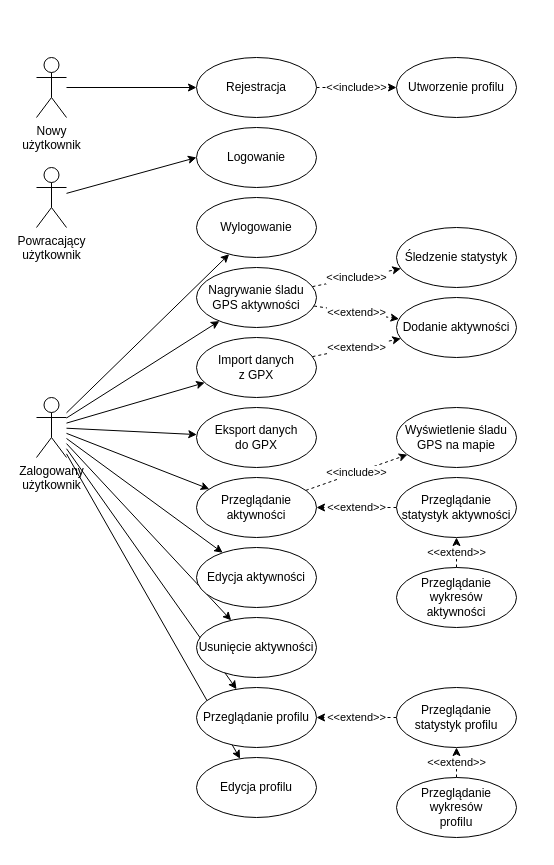
This is documents/thesis/rys02/uzycia.drawio from michaltkacz/biker, a draw.io file, before an edit. Source tidied: cells renumbered, new cells numbered last; positions are measured from the earlier drawing's top-left corner, leaving out a move shared by most shapes. Both pictures are drawn from the tidied source at 100%, with x=0, y=0 at pixel (36, 57).
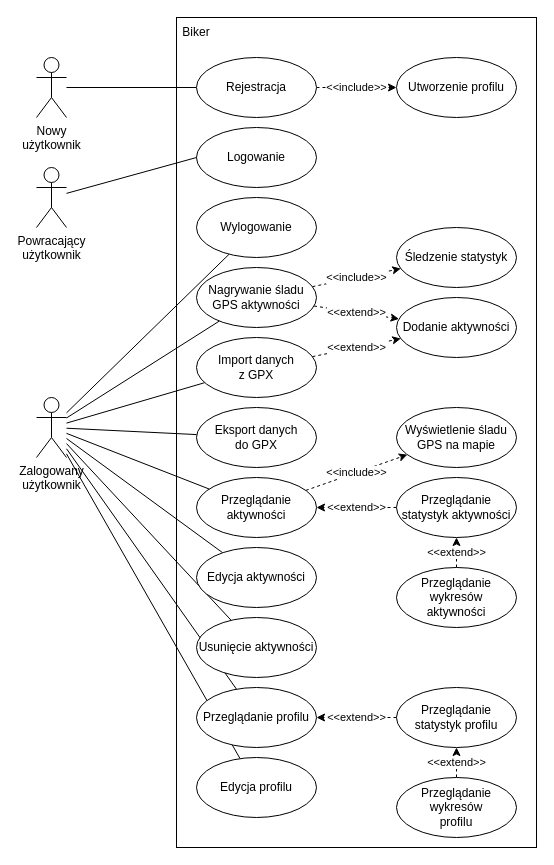
The same page after the edit.

The change refers to these unchanged cells:
```xml
<mxCell id="3" value="Nowy &lt;br&gt;użytkownik" style="shape=umlActor;verticalLabelPosition=bottom;verticalAlign=top;html=1;outlineConnect=0;" parent="1" vertex="1">
  <mxGeometry width="30" height="60" as="geometry" />
</mxCell>
<mxCell id="13" value="Zalogowany&lt;br&gt;użytkownik" style="shape=umlActor;verticalLabelPosition=bottom;verticalAlign=top;html=1;outlineConnect=0;" parent="1" vertex="1">
  <mxGeometry y="340" width="30" height="60" as="geometry" />
</mxCell>
<mxCell id="15" value="Rejestracja" style="ellipse;whiteSpace=wrap;html=1;" parent="1" vertex="1">
  <mxGeometry x="160" width="120" height="60" as="geometry" />
</mxCell>
<mxCell id="16" value="Logowanie" style="ellipse;whiteSpace=wrap;html=1;" parent="1" vertex="1">
  <mxGeometry x="160" y="70" width="120" height="60" as="geometry" />
</mxCell>
<mxCell id="19" value="Nagrywanie śladu GPS aktywności" style="ellipse;whiteSpace=wrap;html=1;" parent="1" vertex="1">
  <mxGeometry x="160" y="210" width="120" height="60" as="geometry" />
</mxCell>
<mxCell id="21" value="Import danych&lt;br&gt;z GPX" style="ellipse;whiteSpace=wrap;html=1;" parent="1" vertex="1">
  <mxGeometry x="160" y="280" width="120" height="60" as="geometry" />
</mxCell>
<mxCell id="22" value="Eksport danych &lt;br&gt;do GPX" style="ellipse;whiteSpace=wrap;html=1;" parent="1" vertex="1">
  <mxGeometry x="160" y="350" width="120" height="60" as="geometry" />
</mxCell>
<mxCell id="24" value="Usunięcie aktywności" style="ellipse;whiteSpace=wrap;html=1;" parent="1" vertex="1">
  <mxGeometry x="160" y="560" width="120" height="60" as="geometry" />
</mxCell>
<mxCell id="25" value="Edycja aktywności" style="ellipse;whiteSpace=wrap;html=1;" parent="1" vertex="1">
  <mxGeometry x="160" y="490" width="120" height="60" as="geometry" />
</mxCell>
<mxCell id="28" value="Przeglądanie aktywności" style="ellipse;whiteSpace=wrap;html=1;" parent="1" vertex="1">
  <mxGeometry x="160" y="420" width="120" height="60" as="geometry" />
</mxCell>
<mxCell id="29" value="Edycja profilu" style="ellipse;whiteSpace=wrap;html=1;" parent="1" vertex="1">
  <mxGeometry x="160" y="700" width="120" height="60" as="geometry" />
</mxCell>
<mxCell id="30" value="Przeglądanie profilu" style="ellipse;whiteSpace=wrap;html=1;" parent="1" vertex="1">
  <mxGeometry x="160" y="630" width="120" height="60" as="geometry" />
</mxCell>
<mxCell id="40" value="Wylogowanie" style="ellipse;whiteSpace=wrap;html=1;" parent="1" vertex="1">
  <mxGeometry x="160" y="140" width="120" height="60" as="geometry" />
</mxCell>
<mxCell id="43" value="Powracający &lt;br&gt;użytkownik" style="shape=umlActor;verticalLabelPosition=bottom;verticalAlign=top;html=1;outlineConnect=0;" parent="1" vertex="1">
  <mxGeometry y="110" width="30" height="60" as="geometry" />
</mxCell>
```

Diff of the diagram source:
```diff
@@
+    <mxCell id="44" style="rounded=0;whiteSpace=wrap;html=1;" parent="1" vertex="1">
+      <mxGeometry x="140" y="-40" width="360" height="830" as="geometry" />
+    </mxCell>
-    <mxCell id="2" style="rounded=0;jettySize=auto;html=1;entryX=0;entryY=0.5;entryDx=0;entryDy=0;" parent="1" edge="1" source="3" target="15">
+    <mxCell id="2" style="rounded=0;jettySize=auto;html=1;entryX=0;entryY=0.5;entryDx=0;entryDy=0;endArrow=none;endFill=0;" parent="1" edge="1" source="3" target="15">
       <mxGeometry relative="1" as="geometry" />
     </mxCell>
@@
-    <mxCell id="4" style="edgeStyle=none;rounded=0;jettySize=auto;html=1;" parent="1" edge="1" source="13" target="19">
+    <mxCell id="4" style="edgeStyle=none;rounded=0;jettySize=auto;html=1;endArrow=none;endFill=0;" parent="1" edge="1" source="13" target="19">
       <mxGeometry relative="1" as="geometry" />
     </mxCell>
-    <mxCell id="5" style="edgeStyle=none;rounded=0;jettySize=auto;html=1;" parent="1" edge="1" source="13" target="21">
+    <mxCell id="5" style="edgeStyle=none;rounded=0;jettySize=auto;html=1;endArrow=none;endFill=0;" parent="1" edge="1" source="13" target="21">
       <mxGeometry relative="1" as="geometry" />
     </mxCell>
-    <mxCell id="6" style="edgeStyle=none;rounded=0;jettySize=auto;html=1;" parent="1" edge="1" source="13" target="22">
+    <mxCell id="6" style="edgeStyle=none;rounded=0;jettySize=auto;html=1;endArrow=none;endFill=0;" parent="1" edge="1" source="13" target="22">
       <mxGeometry relative="1" as="geometry" />
     </mxCell>
-    <mxCell id="7" style="edgeStyle=none;rounded=0;jettySize=auto;html=1;" parent="1" edge="1" source="13" target="24">
+    <mxCell id="7" style="edgeStyle=none;rounded=0;jettySize=auto;html=1;endArrow=none;endFill=0;" parent="1" edge="1" source="13" target="24">
       <mxGeometry relative="1" as="geometry" />
     </mxCell>
-    <mxCell id="8" style="edgeStyle=none;rounded=0;jettySize=auto;html=1;" parent="1" edge="1" source="13" target="25">
+    <mxCell id="8" style="edgeStyle=none;rounded=0;jettySize=auto;html=1;endArrow=none;endFill=0;" parent="1" edge="1" source="13" target="25">
       <mxGeometry relative="1" as="geometry" />
     </mxCell>
-    <mxCell id="9" style="edgeStyle=none;rounded=0;jettySize=auto;html=1;" parent="1" edge="1" source="13" target="28">
+    <mxCell id="9" style="edgeStyle=none;rounded=0;jettySize=auto;html=1;endArrow=none;endFill=0;" parent="1" edge="1" source="13" target="28">
       <mxGeometry relative="1" as="geometry" />
     </mxCell>
-    <mxCell id="10" style="edgeStyle=none;rounded=0;jettySize=auto;html=1;" parent="1" edge="1" source="13" target="30">
+    <mxCell id="10" style="edgeStyle=none;rounded=0;jettySize=auto;html=1;endArrow=none;endFill=0;" parent="1" edge="1" source="13" target="30">
       <mxGeometry relative="1" as="geometry" />
     </mxCell>
-    <mxCell id="11" style="edgeStyle=none;rounded=0;jettySize=auto;html=1;" parent="1" edge="1" source="13" target="29">
+    <mxCell id="11" style="edgeStyle=none;rounded=0;jettySize=auto;html=1;endArrow=none;endFill=0;" parent="1" edge="1" source="13" target="29">
       <mxGeometry relative="1" as="geometry" />
     </mxCell>
-    <mxCell id="12" style="edgeStyle=none;rounded=0;jettySize=auto;html=1;" parent="1" edge="1" source="13" target="40">
+    <mxCell id="12" style="edgeStyle=none;rounded=0;jettySize=auto;html=1;endArrow=none;endFill=0;" parent="1" edge="1" source="13" target="40">
       <mxGeometry relative="1" as="geometry" />
     </mxCell>
@@
-    <mxCell id="42" style="edgeStyle=none;rounded=0;jettySize=auto;html=1;entryX=0;entryY=0.5;entryDx=0;entryDy=0;" parent="1" edge="1" source="43" target="16">
+    <mxCell id="42" style="edgeStyle=none;rounded=0;jettySize=auto;html=1;entryX=0;entryY=0.5;entryDx=0;entryDy=0;endArrow=none;endFill=0;" parent="1" edge="1" source="43" target="16">
       <mxGeometry relative="1" as="geometry" />
     </mxCell>
@@
+    <mxCell id="45" value="Biker" style="text;html=1;strokeColor=none;fillColor=none;align=center;verticalAlign=middle;whiteSpace=wrap;rounded=0;" parent="1" vertex="1">
+      <mxGeometry x="130" y="-40" width="60" height="30" as="geometry" />
+    </mxCell>
```
